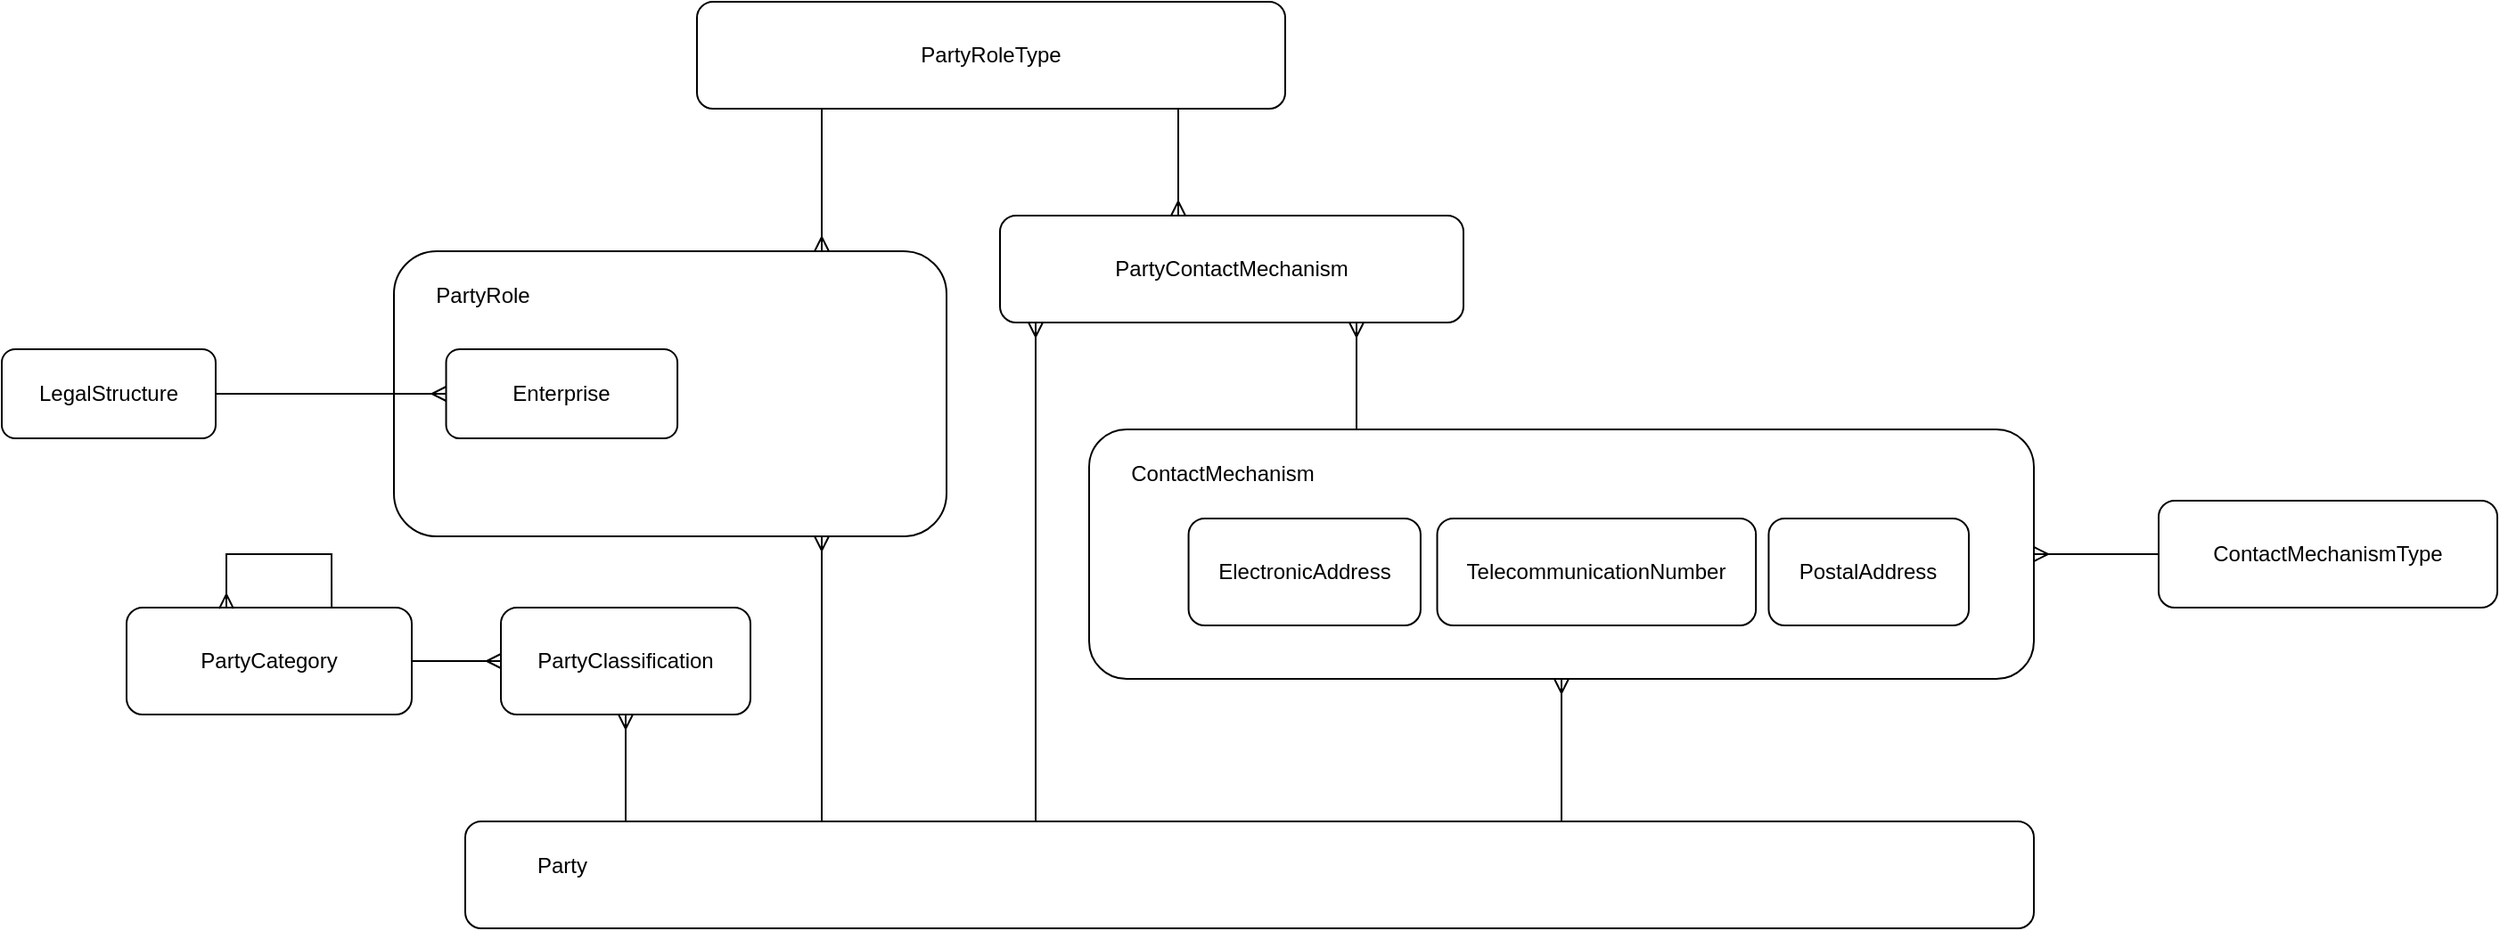
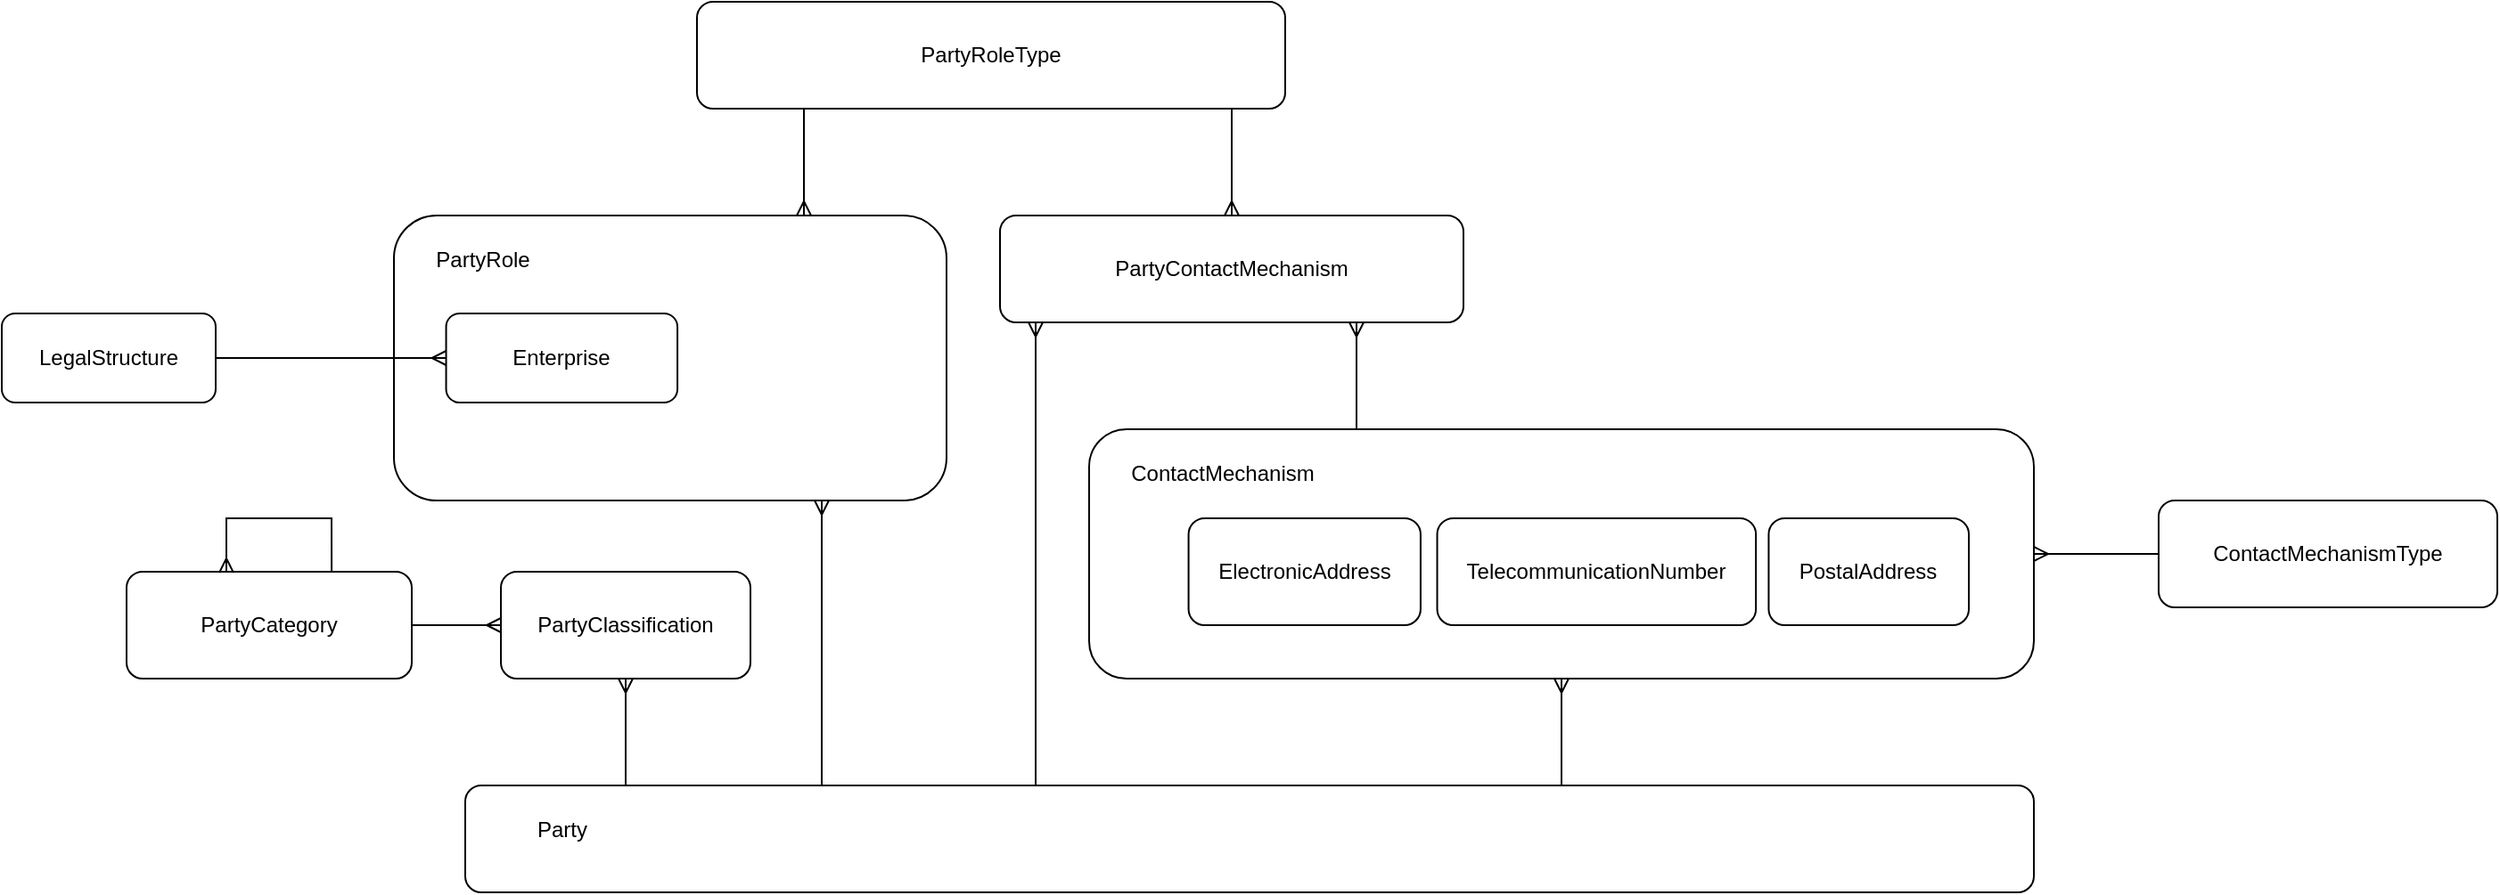
<mxfile host="app.diagrams.net" agent="Mozilla/5.0 (Windows NT 10.0; Win64; x64) AppleWebKit/537.36 (KHTML, like Gecko) Chrome/141.0.0.0 Safari/537.36" version="28.2.9">
  <diagram name="Page-1" id="d0nJ6Fx9cUZLMqGtfM0H">
    <mxGraphModel dx="2076" dy="1832" grid="1" gridSize="10" guides="1" tooltips="1" connect="1" arrows="1" fold="1" page="1" pageScale="1" pageWidth="850" pageHeight="1100" math="0" shadow="0">
      <root>
        <mxCell id="0" />
        <mxCell id="1" parent="0" />
        <mxCell id="tdPrWEJd15tEannaNgth-4" style="edgeStyle=orthogonalEdgeStyle;rounded=0;orthogonalLoop=1;jettySize=auto;html=1;startArrow=ERmany;startFill=0;endArrow=none;endFill=0;" edge="1" parent="1" source="tdPrWEJd15tEannaNgth-2" target="tdPrWEJd15tEannaNgth-3">
          <mxGeometry relative="1" as="geometry" />
        </mxCell>
        <mxCell id="tdPrWEJd15tEannaNgth-3" value="ContactMechanismType" style="rounded=1;whiteSpace=wrap;html=1;" vertex="1" parent="1">
-           <mxGeometry x="600" y="230" width="190" height="60" as="geometry" />
+           <mxGeometry x="600" y="250" width="190" height="60" as="geometry" />
        </mxCell>
        <mxCell id="tdPrWEJd15tEannaNgth-13" value="PartyRoleType" style="rounded=1;whiteSpace=wrap;html=1;" vertex="1" parent="1">
-           <mxGeometry x="-220" y="-50" width="330" height="60" as="geometry" />
+           <mxGeometry x="-220" y="-30" width="330" height="60" as="geometry" />
        </mxCell>
        <mxCell id="tdPrWEJd15tEannaNgth-14" style="edgeStyle=orthogonalEdgeStyle;rounded=0;orthogonalLoop=1;jettySize=auto;html=1;startArrow=ERmany;startFill=0;endArrow=none;endFill=0;" edge="1" parent="1" source="tdPrWEJd15tEannaNgth-15" target="tdPrWEJd15tEannaNgth-13">
          <mxGeometry relative="1" as="geometry">
            <mxPoint x="730" y="420" as="sourcePoint" />
            <mxPoint x="730" y="340" as="targetPoint" />
            <Array as="points">
              <mxPoint x="50" y="20" />
              <mxPoint x="50" y="20" />
            </Array>
          </mxGeometry>
        </mxCell>
        <mxCell id="tdPrWEJd15tEannaNgth-15" value="PartyContactMechanism" style="rounded=1;whiteSpace=wrap;html=1;" vertex="1" parent="1">
-           <mxGeometry x="-50" y="70" width="260" height="60" as="geometry" />
+           <mxGeometry x="-50" y="90" width="260" height="60" as="geometry" />
        </mxCell>
-         <mxCell id="tdPrWEJd15tEannaNgth-18" style="edgeStyle=orthogonalEdgeStyle;rounded=0;orthogonalLoop=1;jettySize=auto;html=1;startArrow=ERmany;startFill=0;endArrow=none;endFill=0;" edge="1" parent="1">
+         <mxCell id="tdPrWEJd15tEannaNgth-18" style="edgeStyle=orthogonalEdgeStyle;rounded=0;orthogonalLoop=1;jettySize=auto;html=1;startArrow=ERmany;startFill=0;endArrow=none;endFill=0;" edge="1" parent="1" source="tdPrWEJd15tEannaNgth-15">
          <mxGeometry relative="1" as="geometry">
            <mxPoint x="-30.00117647058829" y="130" as="sourcePoint" />
            <mxPoint x="-30.00117647058829" y="410" as="targetPoint" />
            <Array as="points">
-               <mxPoint x="-30.060000000000002" y="300" />
-               <mxPoint x="-30.060000000000002" y="300" />
+               <mxPoint x="-30" y="210" />
+               <mxPoint x="-30" y="210" />
            </Array>
          </mxGeometry>
        </mxCell>
        <mxCell id="tdPrWEJd15tEannaNgth-19" value="" style="group" vertex="1" connectable="0" parent="1">
-           <mxGeometry y="190" width="530" height="140" as="geometry" />
+           <mxGeometry y="210" width="530" height="140" as="geometry" />
        </mxCell>
        <mxCell id="tdPrWEJd15tEannaNgth-2" value="" style="rounded=1;whiteSpace=wrap;html=1;" vertex="1" parent="tdPrWEJd15tEannaNgth-19">
          <mxGeometry width="530" height="140" as="geometry" />
        </mxCell>
        <mxCell id="tdPrWEJd15tEannaNgth-5" value="ElectronicAddress" style="rounded=1;whiteSpace=wrap;html=1;" vertex="1" parent="tdPrWEJd15tEannaNgth-19">
          <mxGeometry x="55.78947368421052" y="50" width="130.17543859649123" height="60" as="geometry" />
        </mxCell>
        <mxCell id="tdPrWEJd15tEannaNgth-6" value="TelecommunicationNumber" style="rounded=1;whiteSpace=wrap;html=1;" vertex="1" parent="tdPrWEJd15tEannaNgth-19">
          <mxGeometry x="195.26315789473682" y="50" width="178.81456140350878" height="60" as="geometry" />
        </mxCell>
        <mxCell id="tdPrWEJd15tEannaNgth-7" value="ContactMechanism" style="text;html=1;whiteSpace=wrap;strokeColor=none;fillColor=none;align=center;verticalAlign=middle;rounded=0;" vertex="1" parent="tdPrWEJd15tEannaNgth-19">
          <mxGeometry x="27.896882591093107" y="10" width="94.41295546558705" height="30" as="geometry" />
        </mxCell>
        <mxCell id="tdPrWEJd15tEannaNgth-8" value="PostalAddress" style="rounded=1;whiteSpace=wrap;html=1;" vertex="1" parent="tdPrWEJd15tEannaNgth-19">
          <mxGeometry x="381.2280701754386" y="50" width="112.29491228070175" height="60" as="geometry" />
        </mxCell>
        <mxCell id="tdPrWEJd15tEannaNgth-20" style="edgeStyle=orthogonalEdgeStyle;rounded=0;orthogonalLoop=1;jettySize=auto;html=1;startArrow=ERmany;startFill=0;endArrow=none;endFill=0;" edge="1" parent="1" source="tdPrWEJd15tEannaNgth-15" target="tdPrWEJd15tEannaNgth-2">
          <mxGeometry relative="1" as="geometry">
            <mxPoint x="370" y="120" as="sourcePoint" />
            <mxPoint x="370" y="430" as="targetPoint" />
            <Array as="points">
              <mxPoint x="150" y="160" />
              <mxPoint x="150" y="160" />
            </Array>
          </mxGeometry>
        </mxCell>
        <mxCell id="tdPrWEJd15tEannaNgth-21" style="edgeStyle=orthogonalEdgeStyle;rounded=0;orthogonalLoop=1;jettySize=auto;html=1;startArrow=ERmany;startFill=0;endArrow=none;endFill=0;" edge="1" parent="1" source="tdPrWEJd15tEannaNgth-2" target="tdPrWEJd15tEannaNgth-1">
          <mxGeometry relative="1" as="geometry">
            <mxPoint x="240" y="400" as="sourcePoint" />
            <mxPoint x="240" y="470" as="targetPoint" />
            <Array as="points">
              <mxPoint x="305" y="420" />
              <mxPoint x="305" y="420" />
            </Array>
          </mxGeometry>
        </mxCell>
        <mxCell id="tdPrWEJd15tEannaNgth-22" value="LegalStructure" style="rounded=1;whiteSpace=wrap;html=1;" vertex="1" parent="1">
          <mxGeometry x="-610" y="145" width="120" height="50" as="geometry" />
        </mxCell>
        <mxCell id="tdPrWEJd15tEannaNgth-27" value="PartyClassification" style="rounded=1;whiteSpace=wrap;html=1;" vertex="1" parent="1">
          <mxGeometry x="-330" y="290" width="140" height="60" as="geometry" />
        </mxCell>
        <mxCell id="tdPrWEJd15tEannaNgth-28" value="PartyCategory" style="rounded=1;whiteSpace=wrap;html=1;" vertex="1" parent="1">
          <mxGeometry x="-540" y="290" width="160" height="60" as="geometry" />
        </mxCell>
        <mxCell id="tdPrWEJd15tEannaNgth-31" style="edgeStyle=orthogonalEdgeStyle;rounded=0;orthogonalLoop=1;jettySize=auto;html=1;startArrow=ERmany;startFill=0;endArrow=none;endFill=0;" edge="1" parent="1" source="tdPrWEJd15tEannaNgth-27" target="tdPrWEJd15tEannaNgth-1">
          <mxGeometry relative="1" as="geometry">
            <mxPoint x="-260" y="180" as="sourcePoint" />
            <mxPoint x="-260" y="250" as="targetPoint" />
            <Array as="points">
              <mxPoint x="-260" y="370" />
              <mxPoint x="-260" y="370" />
            </Array>
          </mxGeometry>
        </mxCell>
        <mxCell id="tdPrWEJd15tEannaNgth-32" style="edgeStyle=orthogonalEdgeStyle;rounded=0;orthogonalLoop=1;jettySize=auto;html=1;startArrow=ERmany;startFill=0;endArrow=none;endFill=0;" edge="1" parent="1" source="tdPrWEJd15tEannaNgth-27" target="tdPrWEJd15tEannaNgth-28">
          <mxGeometry relative="1" as="geometry">
            <mxPoint x="-230" y="200" as="sourcePoint" />
            <mxPoint x="-230" y="270" as="targetPoint" />
            <Array as="points" />
          </mxGeometry>
        </mxCell>
        <mxCell id="tdPrWEJd15tEannaNgth-33" style="edgeStyle=orthogonalEdgeStyle;rounded=0;orthogonalLoop=1;jettySize=auto;html=1;startArrow=ERmany;startFill=0;endArrow=none;endFill=0;exitX=0.35;exitY=0.009;exitDx=0;exitDy=0;exitPerimeter=0;entryX=0.719;entryY=0;entryDx=0;entryDy=0;entryPerimeter=0;" edge="1" parent="1" source="tdPrWEJd15tEannaNgth-28" target="tdPrWEJd15tEannaNgth-28">
          <mxGeometry relative="1" as="geometry">
            <mxPoint x="-485" y="280" as="sourcePoint" />
            <mxPoint x="-425" y="280" as="targetPoint" />
            <Array as="points">
              <mxPoint x="-484" y="260" />
              <mxPoint x="-425" y="260" />
            </Array>
          </mxGeometry>
        </mxCell>
        <mxCell id="tdPrWEJd15tEannaNgth-35" value="" style="rounded=1;whiteSpace=wrap;html=1;" vertex="1" parent="1">
          <mxGeometry x="-390" y="90" width="310" height="160" as="geometry" />
        </mxCell>
        <mxCell id="tdPrWEJd15tEannaNgth-37" style="edgeStyle=orthogonalEdgeStyle;rounded=0;orthogonalLoop=1;jettySize=auto;html=1;startArrow=ERmany;startFill=0;endArrow=none;endFill=0;" edge="1" parent="1" source="tdPrWEJd15tEannaNgth-35" target="tdPrWEJd15tEannaNgth-1">
          <mxGeometry relative="1" as="geometry">
            <mxPoint x="-130" y="350" as="sourcePoint" />
            <mxPoint x="-130" y="420" as="targetPoint" />
            <Array as="points">
              <mxPoint x="-150" y="260" />
              <mxPoint x="-150" y="260" />
            </Array>
          </mxGeometry>
        </mxCell>
-         <mxCell id="tdPrWEJd15tEannaNgth-38" style="edgeStyle=orthogonalEdgeStyle;rounded=0;orthogonalLoop=1;jettySize=auto;html=1;startArrow=ERmany;startFill=0;endArrow=none;endFill=0;" edge="1" parent="1" source="tdPrWEJd15tEannaNgth-35">
+         <mxCell id="tdPrWEJd15tEannaNgth-38" style="edgeStyle=orthogonalEdgeStyle;rounded=0;orthogonalLoop=1;jettySize=auto;html=1;startArrow=ERmany;startFill=0;endArrow=none;endFill=0;" edge="1" parent="1" source="tdPrWEJd15tEannaNgth-35" target="tdPrWEJd15tEannaNgth-13">
          <mxGeometry relative="1" as="geometry">
            <mxPoint x="-150" y="160" as="sourcePoint" />
            <mxPoint x="-150" y="10" as="targetPoint" />
            <Array as="points">
-               <mxPoint x="-150" y="70" />
-               <mxPoint x="-150" y="70" />
+               <mxPoint x="-160" y="50" />
+               <mxPoint x="-160" y="50" />
            </Array>
          </mxGeometry>
        </mxCell>
        <mxCell id="tdPrWEJd15tEannaNgth-1" value="" style="rounded=1;whiteSpace=wrap;html=1;" vertex="1" parent="1">
          <mxGeometry x="-350" y="410" width="880" height="60" as="geometry" />
        </mxCell>
        <mxCell id="tdPrWEJd15tEannaNgth-9" value="Party" style="text;html=1;whiteSpace=wrap;strokeColor=none;fillColor=none;align=center;verticalAlign=middle;rounded=0;" vertex="1" parent="1">
          <mxGeometry x="-336.46153846153845" y="420" width="81.23076923076923" height="30" as="geometry" />
        </mxCell>
        <mxCell id="tdPrWEJd15tEannaNgth-17" value="Enterprise" style="rounded=1;whiteSpace=wrap;html=1;" vertex="1" parent="1">
          <mxGeometry x="-360.72999999999996" y="145" width="129.77" height="50" as="geometry" />
        </mxCell>
        <mxCell id="tdPrWEJd15tEannaNgth-40" value="PartyRole" style="text;html=1;whiteSpace=wrap;strokeColor=none;fillColor=none;align=center;verticalAlign=middle;rounded=0;" vertex="1" parent="1">
          <mxGeometry x="-370" y="100" width="60" height="30" as="geometry" />
        </mxCell>
        <mxCell id="tdPrWEJd15tEannaNgth-42" style="edgeStyle=orthogonalEdgeStyle;rounded=0;orthogonalLoop=1;jettySize=auto;html=1;startArrow=ERmany;startFill=0;endArrow=none;endFill=0;" edge="1" parent="1" source="tdPrWEJd15tEannaNgth-17" target="tdPrWEJd15tEannaNgth-22">
          <mxGeometry relative="1" as="geometry">
            <mxPoint x="-90" y="310" as="sourcePoint" />
            <mxPoint x="-90" y="470" as="targetPoint" />
            <Array as="points" />
          </mxGeometry>
        </mxCell>
      </root>
    </mxGraphModel>
  </diagram>
</mxfile>
